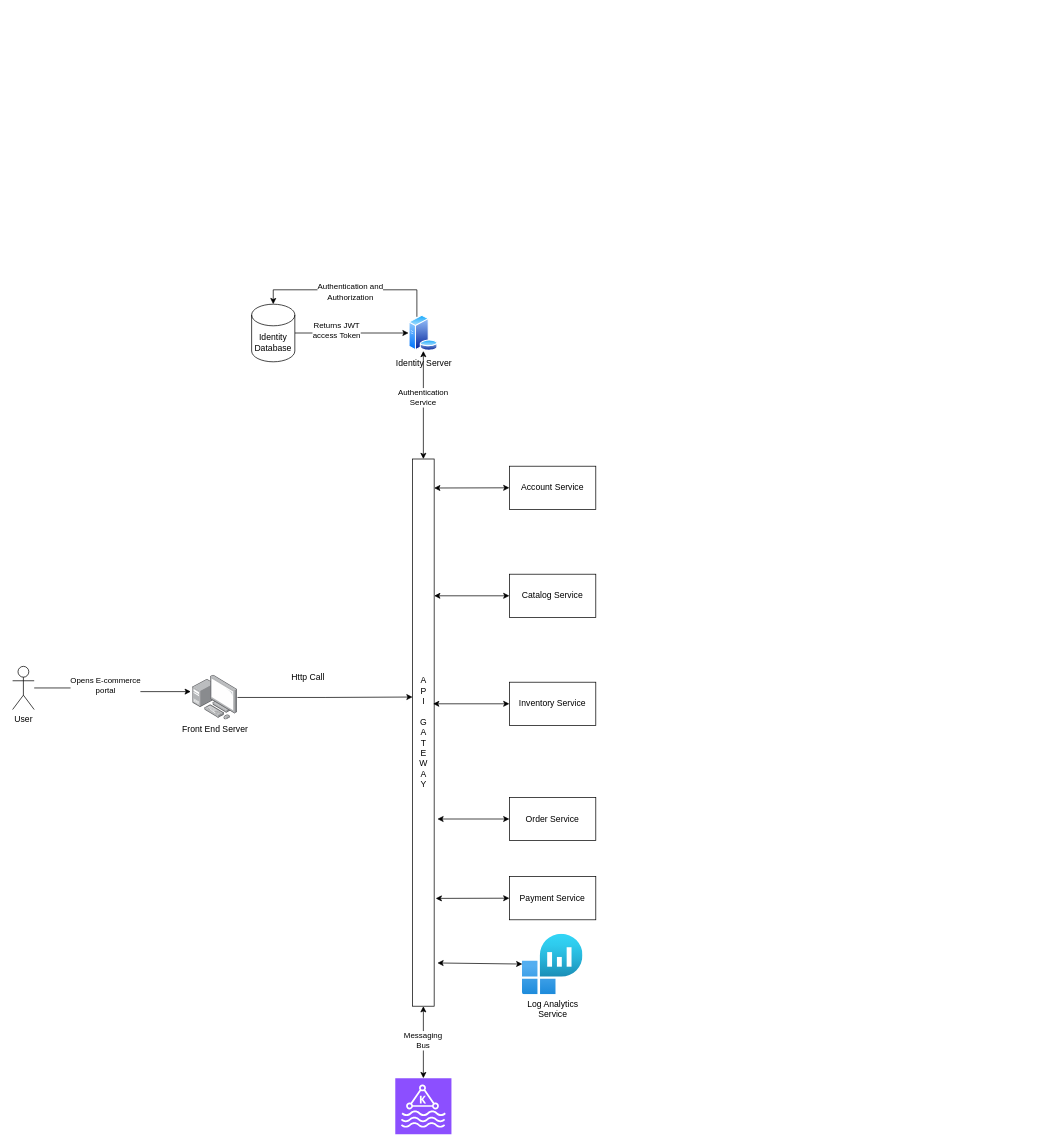
Above: MicroserviceDesignDiagram.drawio in suryadipbasu/draw.io.design.diagrams (draw.io), before the change. Source tidied: cells renumbered, new cells numbered last; positions are measured from the earlier drawing's top-left corner, leaving out a move shared by most shapes. Both pictures are drawn from the tidied source at 72%, with x=0, y=0 at pixel (12, 289).
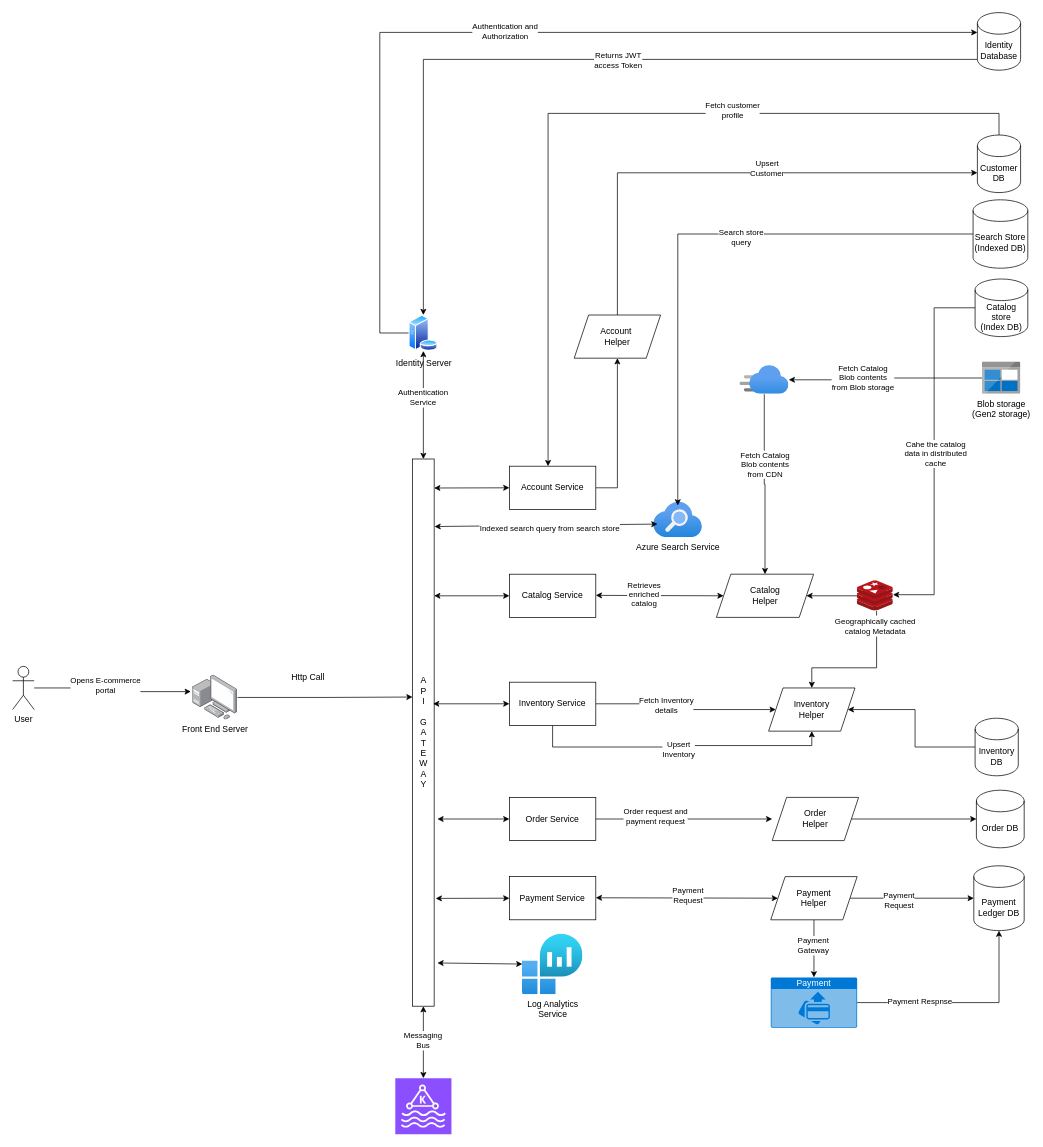
After the change.

The change refers to these unchanged cells:
```xml
<mxCell id="4" value="Identity Server" style="image;perimeter=ellipsePerimeter;html=1;align=center;shadow=0;dashed=0;spacingTop=3;image=img/lib/active_directory/database_server.svg;" parent="1" vertex="1">
  <mxGeometry x="550" y="35" width="41" height="50" as="geometry" />
</mxCell>
<mxCell id="17" value="Account Service" style="rounded=0;whiteSpace=wrap;html=1;" parent="1" vertex="1">
  <mxGeometry x="690" y="245" width="120" height="60" as="geometry" />
</mxCell>
<mxCell id="19" value="Inventory Service" style="rounded=0;whiteSpace=wrap;html=1;" parent="1" vertex="1">
  <mxGeometry x="690" y="545" width="120" height="60" as="geometry" />
</mxCell>
<mxCell id="20" value="Order Service" style="rounded=0;whiteSpace=wrap;html=1;" parent="1" vertex="1">
  <mxGeometry x="690" y="705" width="120" height="60" as="geometry" />
</mxCell>
```

Diff of the diagram source:
```diff
@@
-    <mxCell id="5" style="edgeStyle=orthogonalEdgeStyle;rounded=0;jettySize=auto;html=1;entryX=0;entryY=0.5;entryDx=0;entryDy=0;" parent="1" edge="1" source="7" target="4">
+    <mxCell id="5" style="edgeStyle=orthogonalEdgeStyle;rounded=0;jettySize=auto;html=1;exitX=0;exitY=1;exitDx=0;exitDy=-15;exitPerimeter=0;" parent="1" edge="1" source="7" target="4">
       <mxGeometry relative="1" as="geometry" />
     </mxCell>
     <mxCell id="6" value="Returns JWT&lt;br&gt;access Token" style="edgeLabel;html=1;align=center;verticalAlign=middle;" parent="5" vertex="1">
-      <mxGeometry x="-0.26" y="4" relative="1" as="geometry">
-        <mxPoint x="-1" as="offset" />
-      </mxGeometry>
+      <mxGeometry x="-0.11" relative="1" as="geometry" />
     </mxCell>
     <mxCell id="7" value="Identity&lt;br&gt;Database" style="shape=cylinder3;whiteSpace=wrap;html=1;boundedLbl=1;backgroundOutline=1;size=15;" parent="1" vertex="1">
-      <mxGeometry x="332" y="20" width="60" height="80" as="geometry" />
+      <mxGeometry x="1340" y="-385" width="60" height="80" as="geometry" />
     </mxCell>
@@
-    <mxCell id="13" style="edgeStyle=orthogonalEdgeStyle;rounded=0;jettySize=auto;html=1;entryX=0.5;entryY=0;entryDx=0;entryDy=0;entryPerimeter=0;exitX=0.25;exitY=0;exitDx=0;exitDy=0;" parent="1" edge="1" source="4" target="7">
-      <mxGeometry relative="1" as="geometry">
-        <Array as="points">
-          <mxPoint x="562" />
-          <mxPoint x="362" />
-        </Array>
-      </mxGeometry>
-    </mxCell>
-    <mxCell id="14" value="Authentication and&lt;br&gt;Authorization" style="edgeLabel;html=1;align=center;verticalAlign=middle;" parent="13" vertex="1">
-      <mxGeometry x="0.02" y="2" relative="1" as="geometry" />
-    </mxCell>
@@
+    <mxCell id="32" style="edgeStyle=orthogonalEdgeStyle;rounded=0;jettySize=auto;html=1;exitX=1;exitY=0.5;exitDx=0;exitDy=0;entryX=0.5;entryY=1;entryDx=0;entryDy=0;" parent="1" edge="1" source="17" target="77">
+      <mxGeometry relative="1" as="geometry" />
+    </mxCell>
@@
+    <mxCell id="33" style="edgeStyle=orthogonalEdgeStyle;rounded=0;jettySize=auto;html=1;entryX=0;entryY=0.5;entryDx=0;entryDy=0;" parent="1" edge="1" source="19" target="76">
+      <mxGeometry relative="1" as="geometry" />
+    </mxCell>
+    <mxCell id="34" value="Fetch Inventory&lt;br&gt;details" style="edgeLabel;html=1;align=center;verticalAlign=middle;" parent="33" vertex="1">
+      <mxGeometry x="-0.25" y="-1" relative="1" as="geometry" />
+    </mxCell>
+    <mxCell id="35" style="edgeStyle=orthogonalEdgeStyle;rounded=0;jettySize=auto;html=1;entryX=0.5;entryY=1;entryDx=0;entryDy=0;" parent="1" edge="1" source="19" target="76">
+      <mxGeometry relative="1" as="geometry">
+        <Array as="points">
+          <mxPoint x="750" y="635" />
+          <mxPoint x="930" y="635" />
+          <mxPoint x="930" y="633" />
+          <mxPoint x="1110" y="633" />
+        </Array>
+      </mxGeometry>
+    </mxCell>
+    <mxCell id="36" value="Upsert&lt;br&gt;Inventory" style="edgeLabel;html=1;align=center;verticalAlign=middle;" parent="35" vertex="1">
+      <mxGeometry x="-0.01" y="-2" relative="1" as="geometry" />
+    </mxCell>
@@
+    <mxCell id="37" value="Customer DB" style="shape=cylinder3;whiteSpace=wrap;html=1;boundedLbl=1;backgroundOutline=1;size=15;" parent="1" vertex="1">
+      <mxGeometry x="1340" y="-215" width="60" height="80" as="geometry" />
+    </mxCell>
+    <mxCell id="38" value="Catalog store&lt;br&gt;(Index DB)" style="shape=cylinder3;whiteSpace=wrap;html=1;boundedLbl=1;backgroundOutline=1;size=15;" parent="1" vertex="1">
+      <mxGeometry x="1336.8" y="-15" width="73.2" height="80" as="geometry" />
+    </mxCell>
+    <mxCell id="39" style="edgeStyle=orthogonalEdgeStyle;rounded=0;jettySize=auto;html=1;entryX=1;entryY=0.5;entryDx=0;entryDy=0;" parent="1" edge="1" source="40" target="76">
+      <mxGeometry relative="1" as="geometry" />
+    </mxCell>
+    <mxCell id="40" value="Inventory DB" style="shape=cylinder3;whiteSpace=wrap;html=1;boundedLbl=1;backgroundOutline=1;size=15;" parent="1" vertex="1">
+      <mxGeometry x="1336.8" y="595" width="60" height="80" as="geometry" />
+    </mxCell>
+    <mxCell id="41" value="Order DB" style="shape=cylinder3;whiteSpace=wrap;html=1;boundedLbl=1;backgroundOutline=1;size=15;" parent="1" vertex="1">
+      <mxGeometry x="1338.6" y="695" width="66.4" height="80" as="geometry" />
+    </mxCell>
+    <mxCell id="42" value="Payment Ledger DB" style="shape=cylinder3;whiteSpace=wrap;html=1;boundedLbl=1;backgroundOutline=1;size=15;" parent="1" vertex="1">
+      <mxGeometry x="1335" y="800" width="70" height="90" as="geometry" />
+    </mxCell>
+    <mxCell id="43" value="Azure Search Service" style="image;html=1;points=[];align=center;fontSize=12;image=img/lib/azure2/app_services/Search_Services.svg;" parent="1" vertex="1">
+      <mxGeometry x="890" y="295" width="68" height="49.1" as="geometry" />
+    </mxCell>
+    <mxCell id="44" style="endArrow=classic;startArrow=classic;html=1;rounded=0;entryX=0.083;entryY=0.619;entryDx=0;entryDy=0;exitX=1;exitY=0.053;exitDx=0;exitDy=0;exitPerimeter=0;entryPerimeter=0;" parent="1" edge="1" target="43">
+      <mxGeometry relative="1" as="geometry">
+        <mxPoint x="586" y="328.8" as="sourcePoint" />
+      </mxGeometry>
+    </mxCell>
+    <mxCell id="45" value="Indexed search query from search store" style="edgeLabel;html=1;align=center;verticalAlign=middle;" parent="44" vertex="1">
+      <mxGeometry x="0.03" y="-3" relative="1" as="geometry" />
+    </mxCell>
+    <mxCell id="46" value="Search Store &lt;br&gt;(Indexed DB)" style="shape=cylinder3;whiteSpace=wrap;html=1;boundedLbl=1;backgroundOutline=1;size=15;" parent="1" vertex="1">
+      <mxGeometry x="1334" y="-125" width="76" height="95" as="geometry" />
+    </mxCell>
+    <mxCell id="47" style="edgeStyle=orthogonalEdgeStyle;rounded=0;jettySize=auto;html=1;entryX=0;entryY=0.5;entryDx=0;entryDy=0;entryPerimeter=0;" parent="1" edge="1" source="82" target="41">
+      <mxGeometry relative="1" as="geometry" />
+    </mxCell>
+    <mxCell id="48" value="Catalog &lt;br&gt;Helper" style="shape=parallelogram;perimeter=parallelogramPerimeter;whiteSpace=wrap;html=1;fixedSize=1;" parent="1" vertex="1">
+      <mxGeometry x="977.5" y="395" width="135" height="60" as="geometry" />
+    </mxCell>
+    <mxCell id="49" style="edgeStyle=orthogonalEdgeStyle;rounded=0;jettySize=auto;html=1;entryX=0.5;entryY=0;entryDx=0;entryDy=0;" parent="1" edge="1" source="51" target="48">
+      <mxGeometry relative="1" as="geometry" />
+    </mxCell>
+    <mxCell id="50" value="Fetch Catalog&lt;br&gt;Blob contents&lt;br&gt;from CDN" style="edgeLabel;html=1;align=center;verticalAlign=middle;" parent="49" vertex="1">
+      <mxGeometry x="-0.23" relative="1" as="geometry" />
+    </mxCell>
+    <mxCell id="51" style="image;html=1;points=[];align=center;fontSize=12;image=img/lib/azure2/app_services/CDN_Profiles.svg;" parent="1" vertex="1">
+      <mxGeometry x="1010" y="105" width="68" height="40" as="geometry" />
+    </mxCell>
+    <mxCell id="52" style="edgeStyle=orthogonalEdgeStyle;rounded=0;jettySize=auto;html=1;" parent="1" edge="1" source="54" target="51">
+      <mxGeometry relative="1" as="geometry" />
+    </mxCell>
+    <mxCell id="53" value="Fetch Catalog&lt;br&gt;Blob contents&lt;br&gt;from Blob storage" style="edgeLabel;html=1;align=center;verticalAlign=middle;" parent="52" vertex="1">
+      <mxGeometry x="0.25" y="-4" relative="1" as="geometry" />
+    </mxCell>
+    <mxCell id="54" value="Blob storage&lt;br&gt;(Gen2 storage)" style="image;sketch=0;html=1;points=[];align=center;fontSize=12;image=img/lib/mscae/BlobBlock.svg;" parent="1" vertex="1">
+      <mxGeometry x="1346.6" y="100" width="53.6" height="45" as="geometry" />
+    </mxCell>
+    <mxCell id="55" style="endArrow=classic;startArrow=classic;html=1;rounded=0;entryX=0;entryY=0.5;entryDx=0;entryDy=0;exitX=1;exitY=0.25;exitDx=0;exitDy=0;" parent="1" edge="1" target="48">
+      <mxGeometry relative="1" as="geometry">
+        <mxPoint x="810" y="424.4" as="sourcePoint" />
+      </mxGeometry>
+    </mxCell>
+    <mxCell id="56" value="Retrieves &lt;br&gt;enriched&lt;br&gt;catalog" style="edgeLabel;html=1;align=center;verticalAlign=middle;" parent="55" vertex="1">
+      <mxGeometry x="-0.26" y="2" relative="1" as="geometry" />
+    </mxCell>
+    <mxCell id="57" style="edgeStyle=orthogonalEdgeStyle;rounded=0;jettySize=auto;html=1;" parent="1" edge="1" source="59" target="48">
+      <mxGeometry relative="1" as="geometry" />
+    </mxCell>
+    <mxCell id="58" style="edgeStyle=orthogonalEdgeStyle;rounded=0;jettySize=auto;html=1;entryX=0.5;entryY=0;entryDx=0;entryDy=0;" parent="1" edge="1" source="59" target="76">
+      <mxGeometry relative="1" as="geometry">
+        <Array as="points">
+          <mxPoint x="1200" y="525" />
+          <mxPoint x="1110" y="525" />
+        </Array>
+      </mxGeometry>
+    </mxCell>
+    <mxCell id="59" value="&lt;span style=&quot;font-size: 11px;&quot;&gt;Geographically cached &lt;br&gt;catalog&amp;nbsp;&lt;/span&gt;&lt;span style=&quot;font-size: 11px;&quot;&gt;Metadata&lt;/span&gt;" style="image;sketch=0;html=1;points=[];align=center;fontSize=12;image=img/lib/mscae/Cache_Redis_Product.svg;" parent="1" vertex="1">
+      <mxGeometry x="1173" y="404" width="50" height="42" as="geometry" />
+    </mxCell>
+    <mxCell id="60" style="edgeStyle=orthogonalEdgeStyle;rounded=0;jettySize=auto;html=1;entryX=0.995;entryY=0.464;entryDx=0;entryDy=0;entryPerimeter=0;" parent="1" edge="1" source="38" target="59">
+      <mxGeometry relative="1" as="geometry" />
+    </mxCell>
+    <mxCell id="61" value="Cahe the catalog&lt;br&gt;data in distributed&lt;br&gt;cache" style="edgeLabel;html=1;align=center;verticalAlign=middle;" parent="60" vertex="1">
+      <mxGeometry x="0.01" y="2" relative="1" as="geometry" />
+    </mxCell>
+    <mxCell id="62" style="edgeStyle=orthogonalEdgeStyle;rounded=0;jettySize=auto;html=1;entryX=0.498;entryY=0.092;entryDx=0;entryDy=0;entryPerimeter=0;" parent="1" edge="1" source="46" target="43">
+      <mxGeometry relative="1" as="geometry" />
+    </mxCell>
+    <mxCell id="63" value="Search store&lt;br&gt;query" style="edgeLabel;html=1;align=center;verticalAlign=middle;" parent="62" vertex="1">
+      <mxGeometry x="-0.18" y="4" relative="1" as="geometry" />
+    </mxCell>
+    <mxCell id="64" style="edgeStyle=orthogonalEdgeStyle;rounded=0;jettySize=auto;html=1;entryX=0.478;entryY=-0.13;entryDx=0;entryDy=0;entryPerimeter=0;exitX=0.5;exitY=0;exitDx=0;exitDy=0;exitPerimeter=0;" parent="1" edge="1" source="37">
+      <mxGeometry relative="1" as="geometry">
+        <mxPoint x="743.7" y="245" as="targetPoint" />
+        <Array as="points">
+          <mxPoint x="1370" y="-245" />
+          <mxPoint x="744" y="-245" />
+        </Array>
+      </mxGeometry>
+    </mxCell>
+    <mxCell id="65" value="Fetch customer&lt;br&gt;profile" style="edgeLabel;html=1;align=center;verticalAlign=middle;" parent="64" vertex="1">
+      <mxGeometry x="-0.3" y="-5" relative="1" as="geometry" />
+    </mxCell>
+    <mxCell id="66" value="Payment" style="html=1;whiteSpace=wrap;strokeColor=none;fillColor=#0079D6;labelPosition=center;verticalLabelPosition=middle;verticalAlign=top;align=center;fontSize=12;outlineConnect=0;spacingTop=-6;fontColor=#FFFFFF;sketch=0;shape=mxgraph.sitemap.payment;" parent="1" vertex="1">
+      <mxGeometry x="1053" y="955" width="120" height="70" as="geometry" />
+    </mxCell>
+    <mxCell id="67" style="edgeStyle=orthogonalEdgeStyle;rounded=0;jettySize=auto;html=1;" parent="1" edge="1" source="71" target="42">
+      <mxGeometry relative="1" as="geometry" />
+    </mxCell>
+    <mxCell id="68" value="Payment&lt;br&gt;Request" style="edgeLabel;html=1;align=center;verticalAlign=middle;" parent="67" vertex="1">
+      <mxGeometry x="-0.22" y="-2" relative="1" as="geometry" />
+    </mxCell>
+    <mxCell id="69" style="edgeStyle=orthogonalEdgeStyle;rounded=0;jettySize=auto;html=1;" parent="1" edge="1" source="71" target="66">
+      <mxGeometry relative="1" as="geometry" />
+    </mxCell>
+    <mxCell id="70" value="Payment&lt;br&gt;Gateway" style="edgeLabel;html=1;align=center;verticalAlign=middle;" parent="69" vertex="1">
+      <mxGeometry x="-0.12" y="-2" relative="1" as="geometry" />
+    </mxCell>
+    <mxCell id="71" value="Payment&lt;br&gt;Helper" style="shape=parallelogram;perimeter=parallelogramPerimeter;whiteSpace=wrap;html=1;fixedSize=1;" parent="1" vertex="1">
+      <mxGeometry x="1053" y="815" width="120" height="60" as="geometry" />
+    </mxCell>
+    <mxCell id="72" style="edgeStyle=orthogonalEdgeStyle;rounded=0;jettySize=auto;html=1;entryX=0.5;entryY=1;entryDx=0;entryDy=0;entryPerimeter=0;" parent="1" edge="1" source="66" target="42">
+      <mxGeometry relative="1" as="geometry" />
+    </mxCell>
+    <mxCell id="73" value="Payment Respnse" style="edgeLabel;html=1;align=center;verticalAlign=middle;" parent="72" vertex="1">
+      <mxGeometry x="-0.42" y="2" relative="1" as="geometry" />
+    </mxCell>
+    <mxCell id="74" style="endArrow=classic;startArrow=classic;html=1;rounded=0;exitX=1.15;exitY=0.921;exitDx=0;exitDy=0;exitPerimeter=0;entryX=0;entryY=0.5;entryDx=0;entryDy=0;" parent="1" edge="1" target="71">
+      <mxGeometry relative="1" as="geometry">
+        <mxPoint x="810" y="844.4" as="sourcePoint" />
+      </mxGeometry>
+    </mxCell>
+    <mxCell id="75" value="Payment&lt;br&gt;Request" style="edgeLabel;html=1;align=center;verticalAlign=middle;" parent="74" vertex="1">
+      <mxGeometry y="4" relative="1" as="geometry" />
+    </mxCell>
+    <mxCell id="76" value="Inventory&lt;br&gt;Helper" style="shape=parallelogram;perimeter=parallelogramPerimeter;whiteSpace=wrap;html=1;fixedSize=1;" parent="1" vertex="1">
+      <mxGeometry x="1050" y="553" width="120" height="60" as="geometry" />
+    </mxCell>
+    <mxCell id="77" value="Account&amp;nbsp;&lt;br&gt;Helper" style="shape=parallelogram;perimeter=parallelogramPerimeter;whiteSpace=wrap;html=1;fixedSize=1;" parent="1" vertex="1">
+      <mxGeometry x="780" y="35" width="120" height="60" as="geometry" />
+    </mxCell>
+    <mxCell id="78" style="edgeStyle=orthogonalEdgeStyle;rounded=0;jettySize=auto;html=1;entryX=0;entryY=0;entryDx=0;entryDy=52.5;entryPerimeter=0;" parent="1" edge="1" source="77" target="37">
+      <mxGeometry relative="1" as="geometry">
+        <Array as="points">
+          <mxPoint x="840" y="-162" />
+        </Array>
+      </mxGeometry>
+    </mxCell>
+    <mxCell id="79" value="Upsert&lt;br&gt;Customer" style="edgeLabel;html=1;align=center;verticalAlign=middle;" parent="78" vertex="1">
+      <mxGeometry x="0.16" y="6" relative="1" as="geometry" />
+    </mxCell>
+    <mxCell id="80" style="edgeStyle=orthogonalEdgeStyle;rounded=0;jettySize=auto;html=1;entryX=0;entryY=0.5;entryDx=0;entryDy=0;entryPerimeter=0;" parent="1" edge="1" source="20" target="82">
+      <mxGeometry relative="1" as="geometry" />
+    </mxCell>
+    <mxCell id="81" value="Order request and&lt;br&gt;payment request" style="edgeLabel;html=1;align=center;verticalAlign=middle;" parent="80" vertex="1">
+      <mxGeometry x="-0.33" y="4" relative="1" as="geometry" />
+    </mxCell>
+    <mxCell id="82" value="Order&lt;br&gt;Helper" style="shape=parallelogram;perimeter=parallelogramPerimeter;whiteSpace=wrap;html=1;fixedSize=1;" parent="1" vertex="1">
+      <mxGeometry x="1055" y="705" width="120" height="60" as="geometry" />
+    </mxCell>
+    <mxCell id="13" style="edgeStyle=orthogonalEdgeStyle;rounded=0;jettySize=auto;html=1;entryX=0;entryY=0;entryDx=0;entryDy=27.5;entryPerimeter=0;" parent="1" edge="1" source="4" target="7">
+      <mxGeometry relative="1" as="geometry">
+        <Array as="points">
+          <mxPoint x="510" y="60" />
+          <mxPoint x="510" y="-358" />
+        </Array>
+      </mxGeometry>
+    </mxCell>
+    <mxCell id="14" value="Authentication and&lt;br&gt;Authorization" style="edgeLabel;html=1;align=center;verticalAlign=middle;" parent="13" vertex="1">
+      <mxGeometry x="-0.02" y="2" relative="1" as="geometry" />
+    </mxCell>
```
